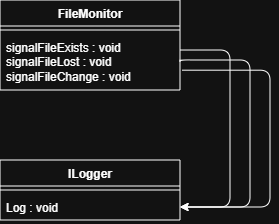
Above: Lab1/UML/Sisgnals_slots_uml.png in Rainyyyyyyyyyyy/Techn_progr (draw.io), before the change. Source tidied: cells renumbered, new cells last; positions are measured from the earlier drawing's top-left corner, leaving out a move shared by most shapes.
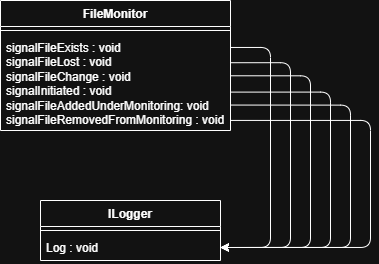
The same diagram one commit later.

What changed in the source:
```diff
@@ -3,13 +3,13 @@
     <mxCell id="0" />
     <mxCell id="1" parent="0" />
     <mxCell id="2" value="FileMonitor" style="swimlane;fontStyle=1;align=center;verticalAlign=top;horizontal=1;startSize=26;whiteSpace=wrap;html=1;" parent="1" vertex="1">
-      <mxGeometry width="180" height="90" as="geometry" />
+      <mxGeometry x="-40" y="-40" width="230" height="130" as="geometry" />
     </mxCell>
     <mxCell id="3" style="line;strokeWidth=1;fillColor=none;align=left;verticalAlign=middle;spacingTop=-1;spacingLeft=3;spacingRight=3;labelPosition=right;strokeColor=inherit;" parent="2" vertex="1">
-      <mxGeometry y="26" width="180" height="8" as="geometry" />
+      <mxGeometry y="26" width="230" height="8" as="geometry" />
     </mxCell>
-    <mxCell id="4" value="&lt;div&gt;signalFileExists : void&lt;/div&gt;&lt;div&gt;signalFileLost : void&lt;/div&gt;&lt;div&gt;signalFileChange : void&lt;/div&gt;" style="text;strokeColor=none;fillColor=none;align=left;verticalAlign=top;spacingLeft=4;spacingRight=4;overflow=hidden;points=[[0,0.5],[1,0.5]];portConstraint=eastwest;whiteSpace=wrap;html=1;" parent="2" vertex="1">
-      <mxGeometry y="34" width="180" height="56" as="geometry" />
+    <mxCell id="4" value="&lt;div&gt;signalFileExists : void&lt;/div&gt;&lt;div&gt;signalFileLost : void&lt;/div&gt;&lt;div&gt;signalFileChange : void&lt;/div&gt;&lt;div&gt;signalInitiated : void&lt;/div&gt;&lt;div&gt;signalFileAddedUnderMonitoring: void&lt;/div&gt;&lt;div&gt;signalFileRemovedFromMonitoring : void&lt;/div&gt;" style="text;strokeColor=none;fillColor=none;align=left;verticalAlign=top;spacingLeft=4;spacingRight=4;overflow=hidden;points=[[0,0.5],[1,0.5]];portConstraint=eastwest;whiteSpace=wrap;html=1;" parent="2" vertex="1">
+      <mxGeometry y="34" width="230" height="96" as="geometry" />
     </mxCell>
     <mxCell id="5" value="ILogger" style="swimlane;fontStyle=1;align=center;verticalAlign=top;horizontal=1;startSize=26;whiteSpace=wrap;html=1;" parent="1" vertex="1">
       <mxGeometry y="160" width="180" height="60" as="geometry" />
@@ -20,30 +20,53 @@
     <mxCell id="7" value="&lt;div&gt;Log : void&lt;/div&gt;" style="text;strokeColor=none;fillColor=none;align=left;verticalAlign=top;spacingLeft=4;spacingRight=4;overflow=hidden;points=[[0,0.5],[1,0.5]];portConstraint=eastwest;whiteSpace=wrap;html=1;" parent="5" vertex="1">
       <mxGeometry y="34" width="180" height="26" as="geometry" />
     </mxCell>
-    <mxCell id="8" style="edgeStyle=orthogonalEdgeStyle;rounded=1;jettySize=auto;html=1;entryX=1;entryY=0.5;entryDx=0;entryDy=0;curved=0;exitX=1;exitY=0.286;exitDx=0;exitDy=0;exitPerimeter=0;" parent="1" edge="1" source="4" target="7">
+    <mxCell id="8" style="edgeStyle=orthogonalEdgeStyle;rounded=1;jettySize=auto;html=1;entryX=1;entryY=0.5;entryDx=0;entryDy=0;curved=0;exitX=1.001;exitY=0.135;exitDx=0;exitDy=0;exitPerimeter=0;" parent="1" edge="1" source="4" target="7">
       <mxGeometry relative="1" as="geometry">
         <Array as="points">
-          <mxPoint x="230" y="50" />
+          <mxPoint x="230" y="7" />
           <mxPoint x="230" y="207" />
         </Array>
       </mxGeometry>
     </mxCell>
-    <mxCell id="9" style="edgeStyle=orthogonalEdgeStyle;rounded=1;jettySize=auto;html=1;exitX=1.012;exitY=0.646;exitDx=0;exitDy=0;entryX=1;entryY=0.5;entryDx=0;entryDy=0;curved=0;exitPerimeter=0;" parent="1" edge="1" source="4" target="7">
+    <mxCell id="9" style="edgeStyle=orthogonalEdgeStyle;rounded=1;jettySize=auto;html=1;exitX=0.999;exitY=0.43;exitDx=0;exitDy=0;entryX=1;entryY=0.5;entryDx=0;entryDy=0;curved=0;exitPerimeter=0;" parent="1" edge="1" source="4" target="7">
       <mxGeometry relative="1" as="geometry">
         <Array as="points">
-          <mxPoint x="270" y="70" />
+          <mxPoint x="270" y="35" />
           <mxPoint x="270" y="207" />
         </Array>
       </mxGeometry>
     </mxCell>
-    <mxCell id="10" style="edgeStyle=orthogonalEdgeStyle;rounded=1;jettySize=auto;html=1;exitX=1;exitY=0.5;exitDx=0;exitDy=0;entryX=1;entryY=0.5;entryDx=0;entryDy=0;curved=0;" parent="1" edge="1" source="4" target="7">
+    <mxCell id="10" style="edgeStyle=orthogonalEdgeStyle;rounded=1;jettySize=auto;html=1;exitX=1.001;exitY=0.294;exitDx=0;exitDy=0;entryX=1;entryY=0.5;entryDx=0;entryDy=0;curved=0;exitPerimeter=0;" parent="1" edge="1" source="4" target="7">
       <mxGeometry relative="1" as="geometry">
         <Array as="points">
-          <mxPoint x="180" y="60" />
-          <mxPoint x="250" y="60" />
+          <mxPoint x="250" y="22" />
           <mxPoint x="250" y="207" />
         </Array>
       </mxGeometry>
     </mxCell>
+    <mxCell id="11" style="edgeStyle=orthogonalEdgeStyle;rounded=1;jettySize=auto;html=1;exitX=1.001;exitY=0.6;exitDx=0;exitDy=0;entryX=1;entryY=0.5;entryDx=0;entryDy=0;curved=0;exitPerimeter=0;" parent="1" edge="1" source="4" target="7">
+      <mxGeometry relative="1" as="geometry">
+        <Array as="points">
+          <mxPoint x="290" y="52" />
+          <mxPoint x="290" y="207" />
+        </Array>
+      </mxGeometry>
+    </mxCell>
+    <mxCell id="12" style="edgeStyle=orthogonalEdgeStyle;rounded=1;jettySize=auto;html=1;exitX=1.001;exitY=0.735;exitDx=0;exitDy=0;entryX=1;entryY=0.5;entryDx=0;entryDy=0;curved=0;exitPerimeter=0;" parent="1" edge="1" source="4" target="7">
+      <mxGeometry relative="1" as="geometry">
+        <Array as="points">
+          <mxPoint x="310" y="65" />
+          <mxPoint x="310" y="207" />
+        </Array>
+      </mxGeometry>
+    </mxCell>
+    <mxCell id="13" style="edgeStyle=orthogonalEdgeStyle;rounded=1;jettySize=auto;html=1;entryX=1;entryY=0.5;entryDx=0;entryDy=0;curved=0;exitX=1.002;exitY=0.895;exitDx=0;exitDy=0;exitPerimeter=0;" parent="1" edge="1" source="4" target="7">
+      <mxGeometry relative="1" as="geometry">
+        <Array as="points">
+          <mxPoint x="330" y="80" />
+          <mxPoint x="330" y="207" />
+        </Array>
+      </mxGeometry>
+    </mxCell>
   </root>
 </mxGraphModel>
```
